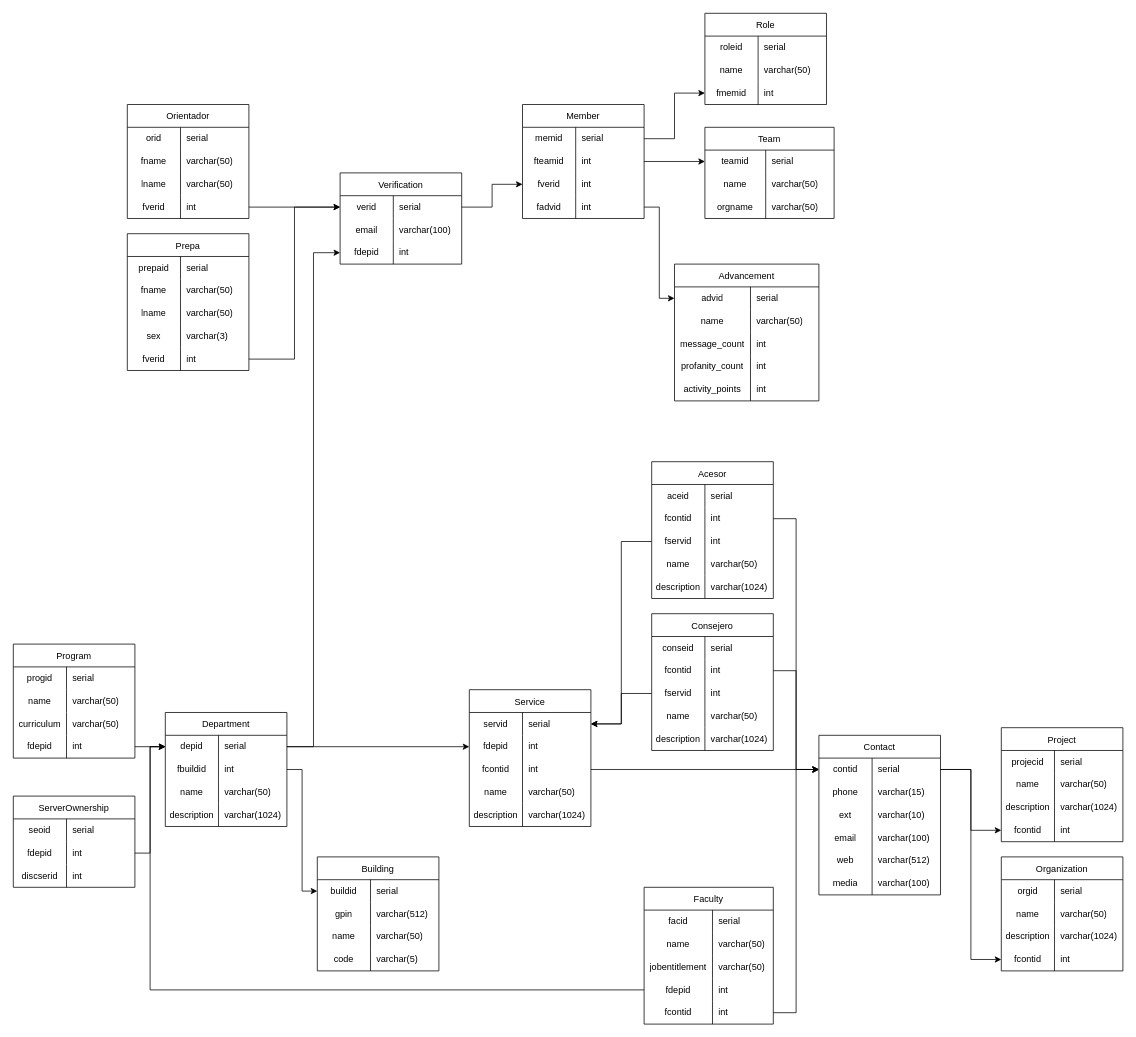
Above: schema/Untitled Diagram.drawio in AlfredoSoto1/BotOrientador (draw.io), before the change. Source tidied: cells renumbered, new cells numbered last; positions are measured from the earlier drawing's top-left corner, leaving out a move shared by most shapes. Both pictures are drawn from the tidied source at 76%, with x=0, y=0 at pixel (13, 13).
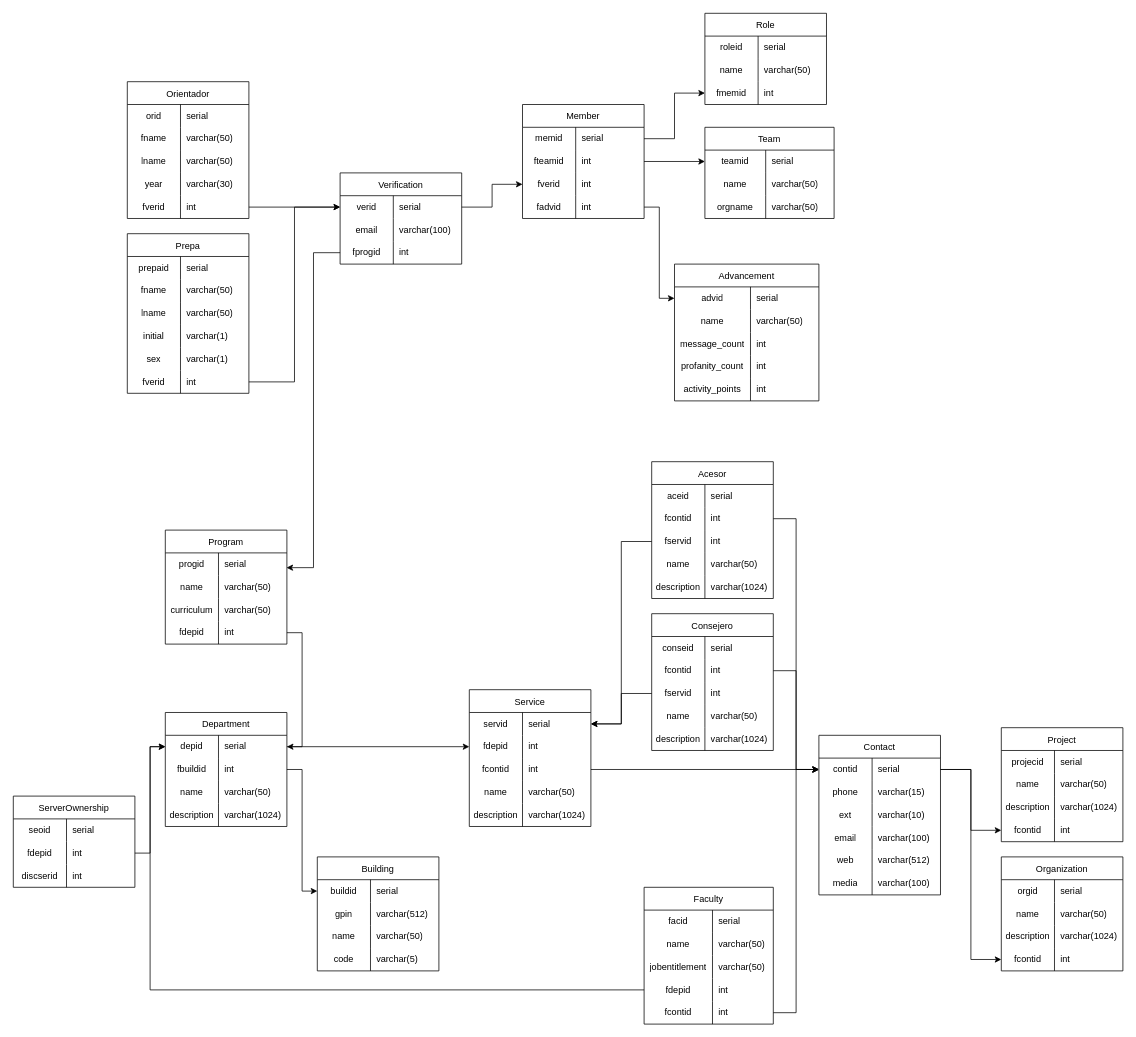
The same diagram, later.

The change refers to these unchanged cells:
```xml
<mxCell id="9" style="shape=tableRow;horizontal=0;startSize=0;swimlaneHead=0;swimlaneBody=0;top=0;left=0;bottom=0;right=0;fillColor=none;points=[[0,0.5],[1,0.5]];portConstraint=eastwest;strokeColor=inherit;fontSize=12;" parent="2" vertex="1">
  <mxGeometry y="90" width="160" height="30" as="geometry" />
</mxCell>
<mxCell id="99" style="shape=tableRow;horizontal=0;startSize=0;swimlaneHead=0;swimlaneBody=0;top=0;left=0;bottom=0;right=0;fillColor=none;points=[[0,0.5],[1,0.5]];portConstraint=eastwest;strokeColor=inherit;fontSize=12;" parent="98" vertex="1">
  <mxGeometry y="30" width="160" height="30" as="geometry" />
</mxCell>
<mxCell id="186" style="shape=tableRow;horizontal=0;startSize=0;swimlaneHead=0;swimlaneBody=0;top=0;left=0;bottom=0;right=0;fillColor=none;points=[[0,0.5],[1,0.5]];portConstraint=eastwest;strokeColor=inherit;fontSize=12;" parent="185" vertex="1">
  <mxGeometry y="30" width="160" height="30" as="geometry" />
</mxCell>
<mxCell id="195" style="shape=tableRow;horizontal=0;startSize=0;swimlaneHead=0;swimlaneBody=0;top=0;left=0;bottom=0;right=0;fillColor=none;points=[[0,0.5],[1,0.5]];portConstraint=eastwest;strokeColor=inherit;fontSize=12;" parent="185" vertex="1">
  <mxGeometry y="120" width="160" height="30" as="geometry" />
</mxCell>
```

What changed in the source:
```diff
@@
-    <mxCell id="10" value="fdepid" style="shape=partialRectangle;html=1;whiteSpace=wrap;fillColor=none;top=0;left=0;bottom=0;right=0;overflow=hidden;strokeColor=inherit;fontSize=12;" parent="9" vertex="1">
+    <mxCell id="10" value="fprogid" style="shape=partialRectangle;html=1;whiteSpace=wrap;fillColor=none;top=0;left=0;bottom=0;right=0;overflow=hidden;strokeColor=inherit;fontSize=12;" parent="9" vertex="1">
       <mxGeometry width="70" height="30" as="geometry" />
     </mxCell>
@@
     <mxCell id="12" value="Orientador" style="shape=table;startSize=30;childLayout=tableLayout;rowLines=0;fontStyle=0;strokeColor=default;fontSize=12;" parent="1" vertex="1">
-      <mxGeometry x="150" y="120" width="160" height="150" as="geometry" />
+      <mxGeometry x="150" y="90" width="160" height="180" as="geometry" />
     </mxCell>
@@
+    <mxCell id="269" style="shape=tableRow;horizontal=0;startSize=0;swimlaneHead=0;swimlaneBody=0;top=0;left=0;bottom=0;right=0;fillColor=none;strokeColor=inherit;fontSize=12;" parent="12" vertex="1">
+      <mxGeometry y="120" width="160" height="30" as="geometry" />
+    </mxCell>
+    <mxCell id="270" value="year" style="shape=partialRectangle;html=1;whiteSpace=wrap;fillColor=none;top=0;left=0;bottom=0;right=0;overflow=hidden;strokeColor=inherit;fontSize=12;" parent="269" vertex="1">
+      <mxGeometry width="70" height="30" as="geometry" />
+    </mxCell>
+    <mxCell id="271" value="varchar(30)" style="shape=partialRectangle;html=1;whiteSpace=wrap;fillColor=none;top=0;left=0;bottom=0;right=0;align=left;spacingLeft=6;overflow=hidden;strokeColor=inherit;fontSize=12;" parent="269" vertex="1">
+      <mxGeometry x="70" width="90" height="30" as="geometry" />
+    </mxCell>
     <mxCell id="22" style="shape=tableRow;horizontal=0;startSize=0;swimlaneHead=0;swimlaneBody=0;top=0;left=0;bottom=0;right=0;fillColor=none;points=[[0,0.5],[1,0.5]];portConstraint=eastwest;strokeColor=inherit;fontSize=12;" parent="12" vertex="1">
-      <mxGeometry y="120" width="160" height="30" as="geometry" />
+      <mxGeometry y="150" width="160" height="30" as="geometry" />
     </mxCell>
@@
     <mxCell id="25" value="Prepa" style="shape=table;startSize=30;childLayout=tableLayout;rowLines=0;fontStyle=0;strokeColor=default;fontSize=12;" parent="1" vertex="1">
-      <mxGeometry x="150" y="290" width="160" height="180" as="geometry" />
+      <mxGeometry x="150" y="290" width="160" height="210" as="geometry" />
     </mxCell>
@@
+    <mxCell id="272" style="shape=tableRow;horizontal=0;startSize=0;swimlaneHead=0;swimlaneBody=0;top=0;left=0;bottom=0;right=0;fillColor=none;strokeColor=inherit;fontSize=12;" parent="25" vertex="1">
+      <mxGeometry y="120" width="160" height="30" as="geometry" />
+    </mxCell>
+    <mxCell id="273" value="initial" style="shape=partialRectangle;html=1;whiteSpace=wrap;fillColor=none;top=0;left=0;bottom=0;right=0;overflow=hidden;strokeColor=inherit;fontSize=12;" parent="272" vertex="1">
+      <mxGeometry width="70" height="30" as="geometry" />
+    </mxCell>
+    <mxCell id="274" value="varchar(1)" style="shape=partialRectangle;html=1;whiteSpace=wrap;fillColor=none;top=0;left=0;bottom=0;right=0;align=left;spacingLeft=6;overflow=hidden;strokeColor=inherit;fontSize=12;" parent="272" vertex="1">
+      <mxGeometry x="70" width="90" height="30" as="geometry" />
+    </mxCell>
     <mxCell id="35" style="shape=tableRow;horizontal=0;startSize=0;swimlaneHead=0;swimlaneBody=0;top=0;left=0;bottom=0;right=0;fillColor=none;strokeColor=inherit;fontSize=12;" parent="25" vertex="1">
-      <mxGeometry y="120" width="160" height="30" as="geometry" />
+      <mxGeometry y="150" width="160" height="30" as="geometry" />
     </mxCell>
@@
-    <mxCell id="37" value="varchar(3)" style="shape=partialRectangle;html=1;whiteSpace=wrap;fillColor=none;top=0;left=0;bottom=0;right=0;align=left;spacingLeft=6;overflow=hidden;strokeColor=inherit;fontSize=12;" parent="35" vertex="1">
+    <mxCell id="37" value="varchar(1)" style="shape=partialRectangle;html=1;whiteSpace=wrap;fillColor=none;top=0;left=0;bottom=0;right=0;align=left;spacingLeft=6;overflow=hidden;strokeColor=inherit;fontSize=12;" parent="35" vertex="1">
       <mxGeometry x="70" width="90" height="30" as="geometry" />
     </mxCell>
     <mxCell id="38" style="shape=tableRow;horizontal=0;startSize=0;swimlaneHead=0;swimlaneBody=0;top=0;left=0;bottom=0;right=0;fillColor=none;points=[[0,0.5],[1,0.5]];portConstraint=eastwest;strokeColor=inherit;fontSize=12;" parent="25" vertex="1">
-      <mxGeometry y="150" width="160" height="30" as="geometry" />
+      <mxGeometry y="180" width="160" height="30" as="geometry" />
     </mxCell>
@@
     <mxCell id="185" value="Program" style="shape=table;startSize=30;childLayout=tableLayout;rowLines=0;fontStyle=0;strokeColor=default;fontSize=12;" parent="1" vertex="1">
-      <mxGeometry y="830" width="160" height="150" as="geometry" />
+      <mxGeometry x="200" y="680" width="160" height="150" as="geometry" />
     </mxCell>
@@
-    <mxCell id="198" style="edgeStyle=orthogonalEdgeStyle;rounded=0;jettySize=auto;html=1;exitX=1;exitY=0.5;exitDx=0;exitDy=0;entryX=0;entryY=0.5;entryDx=0;entryDy=0;" parent="1" edge="1" source="195" target="99">
-      <mxGeometry relative="1" as="geometry" />
-    </mxCell>
@@
-    <mxCell id="245" style="edgeStyle=orthogonalEdgeStyle;rounded=0;jettySize=auto;html=1;exitX=1;exitY=0.5;exitDx=0;exitDy=0;entryX=0;entryY=0.5;entryDx=0;entryDy=0;" parent="1" edge="1" source="99" target="9">
-      <mxGeometry relative="1" as="geometry" />
-    </mxCell>
@@
+    <mxCell id="275" style="edgeStyle=orthogonalEdgeStyle;rounded=0;jettySize=auto;html=1;exitX=0;exitY=0.5;exitDx=0;exitDy=0;entryX=0.997;entryY=0.648;entryDx=0;entryDy=0;entryPerimeter=0;" parent="1" edge="1" source="9" target="186">
+      <mxGeometry relative="1" as="geometry" />
+    </mxCell>
+    <mxCell id="198" style="edgeStyle=orthogonalEdgeStyle;rounded=0;jettySize=auto;html=1;exitX=1;exitY=0.5;exitDx=0;exitDy=0;entryX=1;entryY=0.5;entryDx=0;entryDy=0;" parent="1" edge="1" source="195" target="99">
+      <mxGeometry relative="1" as="geometry" />
+    </mxCell>
```
